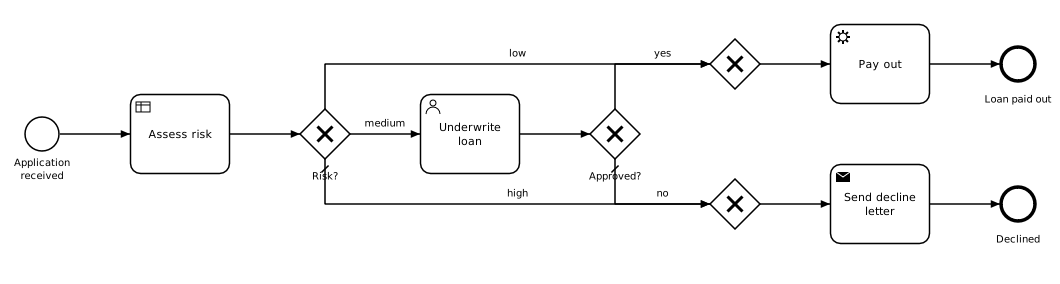
This is docs/examples/loan-application.png from ashalkhakov/WorkflowKit, a BPMN export, as it was before one commit. Its source is kept beside it as Examples/Processes/loan-application/loan-application.bpmn. Ids are renumbered.
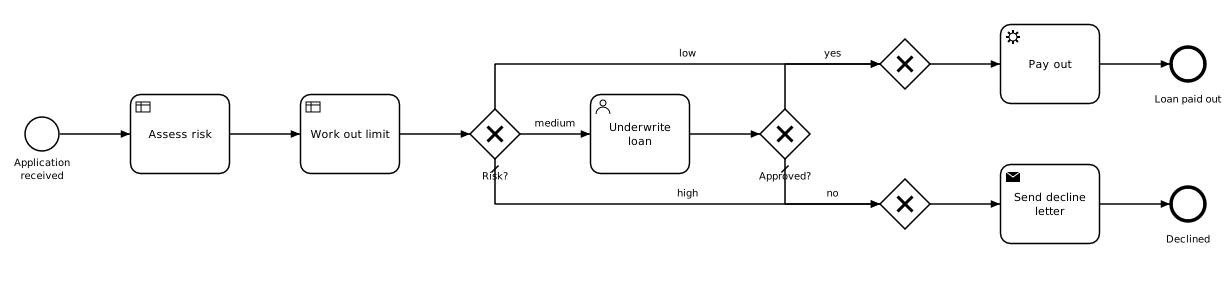
Later version of the same file.

What changed in the source:
```diff
@@ -1,6 +1,6 @@
 <bpmn:definitions xmlns:bpmn="http://www.omg.org/spec/BPMN/20100524/MODEL" xmlns:camunda="http://camunda.org/schema/1.0/bpmn" xmlns:xsi="http://www.w3.org/2001/XMLSchema-instance" xmlns:bpmndi="http://www.omg.org/spec/BPMN/20100524/DI" xmlns:dc="http://www.omg.org/spec/DD/20100524/DC" xmlns:di="http://www.omg.org/spec/DD/20100524/DI" id="loan-application-definitions" targetNamespace="http://example.com/workflowkit">
   <bpmn:process id="loan-application" name="Loan application" isExecutable="true" camunda:candidateStarterGroups="branch-staff">
-    <bpmn:documentation>A loan application is scored by the Loan risk decision table (risk.dmn): a low risk is paid out at once, a medium one goes to an underwriter, and a high one is declined.</bpmn:documentation>
+    <bpmn:documentation>A loan application is scored by the decisions in risk.dmn: Loan risk, which requires the Applicant score (points for years employed, debts and credit history, added up), and the Loan limit, a literal expression. A low risk within the limit is paid out at once, a medium one goes to an underwriter -- a senior one for a large loan, routed by the workload listener -- and anything else is declined by mail.</bpmn:documentation>
     <bpmn:startEvent id="applied" name="Application received">
       <bpmn:extensionElements>
         <camunda:formData businessKey="applicationId">
@@ -25,14 +25,35 @@
               <camunda:constraint name="required"/>
             </camunda:validation>
           </camunda:formField>
+          <camunda:formField id="debts" label="Other debts" type="long" defaultValue="0"/>
+          <camunda:formField id="employedSince" label="Employed since" type="date">
+            <camunda:validation>
+              <camunda:constraint name="required"/>
+            </camunda:validation>
+          </camunda:formField>
           <camunda:formField id="hasDefaulted" label="Has defaulted before" type="boolean" defaultValue="false"/>
         </camunda:formData>
       </bpmn:extensionElements>
     </bpmn:startEvent>
     <bpmn:businessRuleTask id="assess" name="Assess risk" camunda:decisionRef="loan-risk" camunda:resultVariable="risk" camunda:mapDecisionResult="singleEntry"/>
+    <bpmn:businessRuleTask id="limit" name="Work out limit" camunda:decisionRef="loan-limit" camunda:resultVariable="maxLoan" camunda:mapDecisionResult="singleEntry"/>
     <bpmn:exclusiveGateway id="byRisk" name="Risk?" default="highRisk"/>
     <bpmn:userTask id="underwrite" name="Underwrite loan" camunda:candidateGroups="underwriters" camunda:dueDate="=now() + duration(&quot;P2D&quot;)">
       <bpmn:extensionElements>
+        <camunda:taskListener event="create" delegateExpression="${workload}">
+          <camunda:field name="queue" stringValue="underwriting"/>
+          <camunda:field name="assignTo" expression="=if amount &gt; 50000 then &quot;senior-underwriter&quot; else null"/>
+        </camunda:taskListener>
+        <camunda:inputOutput>
+          <camunda:inputParameter name="summary">
+            <camunda:map>
+              <camunda:entry key="applicant">${applicant}</camunda:entry>
+              <camunda:entry key="amount">${amount}</camunda:entry>
+              <camunda:entry key="limit">${maxLoan}</camunda:entry>
+              <camunda:entry key="share">=amount / income</camunda:entry>
+            </camunda:map>
+          </camunda:inputParameter>
+        </camunda:inputOutput>
         <camunda:formData>
           <camunda:formField id="applicant" label="Applicant" type="string">
             <camunda:validation>
@@ -59,15 +80,28 @@
     </bpmn:userTask>
     <bpmn:exclusiveGateway id="byUnderwriter" name="Approved?" default="refusedFlow"/>
     <bpmn:exclusiveGateway id="payable"/>
-    <bpmn:serviceTask id="payOut" name="Pay out" camunda:type="external" camunda:topic="pay-out"/>
+    <bpmn:serviceTask id="payOut" name="Pay out" camunda:type="external" camunda:topic="pay-out">
+      <bpmn:extensionElements>
+        <camunda:executionListener event="end" delegateExpression="${audit}">
+          <camunda:field name="note" expression="=&quot;paid &quot; + string(amount)"/>
+        </camunda:executionListener>
+      </bpmn:extensionElements>
+    </bpmn:serviceTask>
     <bpmn:endEvent id="paid" name="Loan paid out"/>
     <bpmn:exclusiveGateway id="refusable"/>
-    <bpmn:sendTask id="decline" name="Send decline letter" camunda:type="external" camunda:topic="letters"/>
+    <bpmn:sendTask id="decline" name="Send decline letter" camunda:delegateExpression="${mailer}">
+      <bpmn:extensionElements>
+        <camunda:field name="to" expression="=applicant"/>
+        <camunda:field name="template" stringValue="loan-declined"/>
+        <camunda:field name="subject" expression="=&quot;Your application &quot; + applicationId"/>
+      </bpmn:extensionElements>
+    </bpmn:sendTask>
     <bpmn:endEvent id="declined" name="Declined"/>
     <bpmn:sequenceFlow id="toAssess" sourceRef="applied" targetRef="assess"/>
-    <bpmn:sequenceFlow id="toRisk" sourceRef="assess" targetRef="byRisk"/>
+    <bpmn:sequenceFlow id="toLimit" sourceRef="assess" targetRef="limit"/>
+    <bpmn:sequenceFlow id="toRisk" sourceRef="limit" targetRef="byRisk"/>
     <bpmn:sequenceFlow id="lowRisk" name="low" sourceRef="byRisk" targetRef="payable">
-      <bpmn:conditionExpression xsi:type="bpmn:tFormalExpression">risk = "low"</bpmn:conditionExpression>
+      <bpmn:conditionExpression xsi:type="bpmn:tFormalExpression">risk = "low" and amount &lt;= maxLoan</bpmn:conditionExpression>
     </bpmn:sequenceFlow>
     <bpmn:sequenceFlow id="mediumRisk" name="medium" sourceRef="byRisk" targetRef="underwrite">
       <bpmn:conditionExpression xsi:type="bpmn:tFormalExpression">${risk == 'medium'}</bpmn:conditionExpression>
@@ -92,83 +126,90 @@
         <dc:Bounds x="186" y="150" width="100" height="80"/>
       </bpmndi:BPMNShape>
       <bpmndi:BPMNShape id="byRisk_Shape" bpmnElement="byRisk">
-        <dc:Bounds x="356" y="165" width="50" height="50"/>
+        <dc:Bounds x="526" y="165" width="50" height="50"/>
       </bpmndi:BPMNShape>
       <bpmndi:BPMNShape id="underwrite_Shape" bpmnElement="underwrite">
-        <dc:Bounds x="476" y="150" width="100" height="80"/>
+        <dc:Bounds x="646" y="150" width="100" height="80"/>
       </bpmndi:BPMNShape>
       <bpmndi:BPMNShape id="byUnderwriter_Shape" bpmnElement="byUnderwriter">
-        <dc:Bounds x="646" y="165" width="50" height="50"/>
+        <dc:Bounds x="816" y="165" width="50" height="50"/>
       </bpmndi:BPMNShape>
       <bpmndi:BPMNShape id="payable_Shape" bpmnElement="payable">
-        <dc:Bounds x="766" y="95" width="50" height="50"/>
+        <dc:Bounds x="936" y="95" width="50" height="50"/>
       </bpmndi:BPMNShape>
       <bpmndi:BPMNShape id="payOut_Shape" bpmnElement="payOut">
-        <dc:Bounds x="886" y="80" width="100" height="80"/>
+        <dc:Bounds x="1056" y="80" width="100" height="80"/>
       </bpmndi:BPMNShape>
       <bpmndi:BPMNShape id="paid_Shape" bpmnElement="paid">
-        <dc:Bounds x="1056" y="102" width="36" height="36"/>
+        <dc:Bounds x="1226" y="102" width="36" height="36"/>
       </bpmndi:BPMNShape>
       <bpmndi:BPMNShape id="refusable_Shape" bpmnElement="refusable">
-        <dc:Bounds x="766" y="235" width="50" height="50"/>
+        <dc:Bounds x="936" y="235" width="50" height="50"/>
       </bpmndi:BPMNShape>
       <bpmndi:BPMNShape id="decline_Shape" bpmnElement="decline">
-        <dc:Bounds x="886" y="220" width="100" height="80"/>
+        <dc:Bounds x="1056" y="220" width="100" height="80"/>
       </bpmndi:BPMNShape>
       <bpmndi:BPMNShape id="declined_Shape" bpmnElement="declined">
-        <dc:Bounds x="1056" y="242" width="36" height="36"/>
+        <dc:Bounds x="1226" y="242" width="36" height="36"/>
       </bpmndi:BPMNShape>
       <bpmndi:BPMNEdge id="toAssess_Edge" bpmnElement="toAssess">
         <di:waypoint x="116" y="190"/>
         <di:waypoint x="186" y="190"/>
       </bpmndi:BPMNEdge>
       <bpmndi:BPMNEdge id="toRisk_Edge" bpmnElement="toRisk">
-        <di:waypoint x="286" y="190"/>
-        <di:waypoint x="356" y="190"/>
+        <di:waypoint x="456" y="190"/>
+        <di:waypoint x="526" y="190"/>
       </bpmndi:BPMNEdge>
       <bpmndi:BPMNEdge id="lowRisk_Edge" bpmnElement="lowRisk">
-        <di:waypoint x="381" y="165"/>
-        <di:waypoint x="381" y="120"/>
-        <di:waypoint x="766" y="120"/>
+        <di:waypoint x="551" y="165"/>
+        <di:waypoint x="551" y="120"/>
+        <di:waypoint x="936" y="120"/>
       </bpmndi:BPMNEdge>
       <bpmndi:BPMNEdge id="mediumRisk_Edge" bpmnElement="mediumRisk">
-        <di:waypoint x="406" y="190"/>
-        <di:waypoint x="476" y="190"/>
-      </bpmndi:BPMNEdge>
-      <bpmndi:BPMNEdge id="highRisk_Edge" bpmnElement="highRisk">
-        <di:waypoint x="381" y="215"/>
-        <di:waypoint x="381" y="260"/>
-        <di:waypoint x="766" y="260"/>
-      </bpmndi:BPMNEdge>
-      <bpmndi:BPMNEdge id="toDecide_Edge" bpmnElement="toDecide">
         <di:waypoint x="576" y="190"/>
         <di:waypoint x="646" y="190"/>
       </bpmndi:BPMNEdge>
+      <bpmndi:BPMNEdge id="highRisk_Edge" bpmnElement="highRisk">
+        <di:waypoint x="551" y="215"/>
+        <di:waypoint x="551" y="260"/>
+        <di:waypoint x="936" y="260"/>
+      </bpmndi:BPMNEdge>
+      <bpmndi:BPMNEdge id="toDecide_Edge" bpmnElement="toDecide">
+        <di:waypoint x="746" y="190"/>
+        <di:waypoint x="816" y="190"/>
+      </bpmndi:BPMNEdge>
       <bpmndi:BPMNEdge id="approvedFlow_Edge" bpmnElement="approvedFlow">
-        <di:waypoint x="671" y="165"/>
-        <di:waypoint x="671" y="120"/>
-        <di:waypoint x="766" y="120"/>
+        <di:waypoint x="841" y="165"/>
+        <di:waypoint x="841" y="120"/>
+        <di:waypoint x="936" y="120"/>
       </bpmndi:BPMNEdge>
       <bpmndi:BPMNEdge id="refusedFlow_Edge" bpmnElement="refusedFlow">
-        <di:waypoint x="671" y="215"/>
-        <di:waypoint x="671" y="260"/>
-        <di:waypoint x="766" y="260"/>
+        <di:waypoint x="841" y="215"/>
+        <di:waypoint x="841" y="260"/>
+        <di:waypoint x="936" y="260"/>
       </bpmndi:BPMNEdge>
       <bpmndi:BPMNEdge id="toPayOut_Edge" bpmnElement="toPayOut">
-        <di:waypoint x="816" y="120"/>
-        <di:waypoint x="886" y="120"/>
-      </bpmndi:BPMNEdge>
-      <bpmndi:BPMNEdge id="toPaid_Edge" bpmnElement="toPaid">
         <di:waypoint x="986" y="120"/>
         <di:waypoint x="1056" y="120"/>
       </bpmndi:BPMNEdge>
+      <bpmndi:BPMNEdge id="toPaid_Edge" bpmnElement="toPaid">
+        <di:waypoint x="1156" y="120"/>
+        <di:waypoint x="1226" y="120"/>
+      </bpmndi:BPMNEdge>
       <bpmndi:BPMNEdge id="toDecline_Edge" bpmnElement="toDecline">
-        <di:waypoint x="816" y="260"/>
-        <di:waypoint x="886" y="260"/>
+        <di:waypoint x="986" y="260"/>
+        <di:waypoint x="1056" y="260"/>
       </bpmndi:BPMNEdge>
       <bpmndi:BPMNEdge id="toDeclined_Edge" bpmnElement="toDeclined">
-        <di:waypoint x="986" y="260"/>
-        <di:waypoint x="1056" y="260"/>
+        <di:waypoint x="1156" y="260"/>
+        <di:waypoint x="1226" y="260"/>
+      </bpmndi:BPMNEdge>
+      <bpmndi:BPMNShape id="limit_Shape" bpmnElement="limit">
+        <dc:Bounds x="356" y="150" width="100" height="80"/>
+      </bpmndi:BPMNShape>
+      <bpmndi:BPMNEdge id="toLimit_Edge" bpmnElement="toLimit">
+        <di:waypoint x="286" y="190"/>
+        <di:waypoint x="356" y="190"/>
       </bpmndi:BPMNEdge>
     </bpmndi:BPMNPlane>
   </bpmndi:BPMNDiagram>
```
